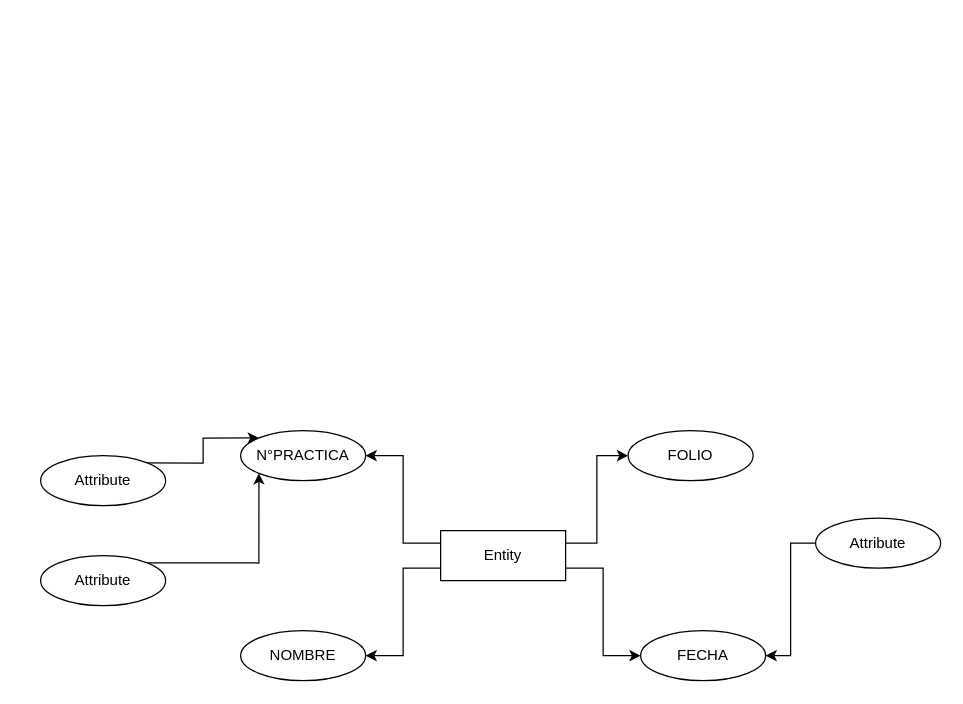
VictorOsm/BASEDEDATOS keeps this draw.io diagram as Diagrama sin título.drawio. Above is the earlier version. Source tidied: cells renumbered, new cells numbered last; positions are measured from the earlier drawing's top-left corner, leaving out a move shared by most shapes. Both pictures are drawn from the tidied source at 125%, with x=0, y=0 at pixel (40, 430).
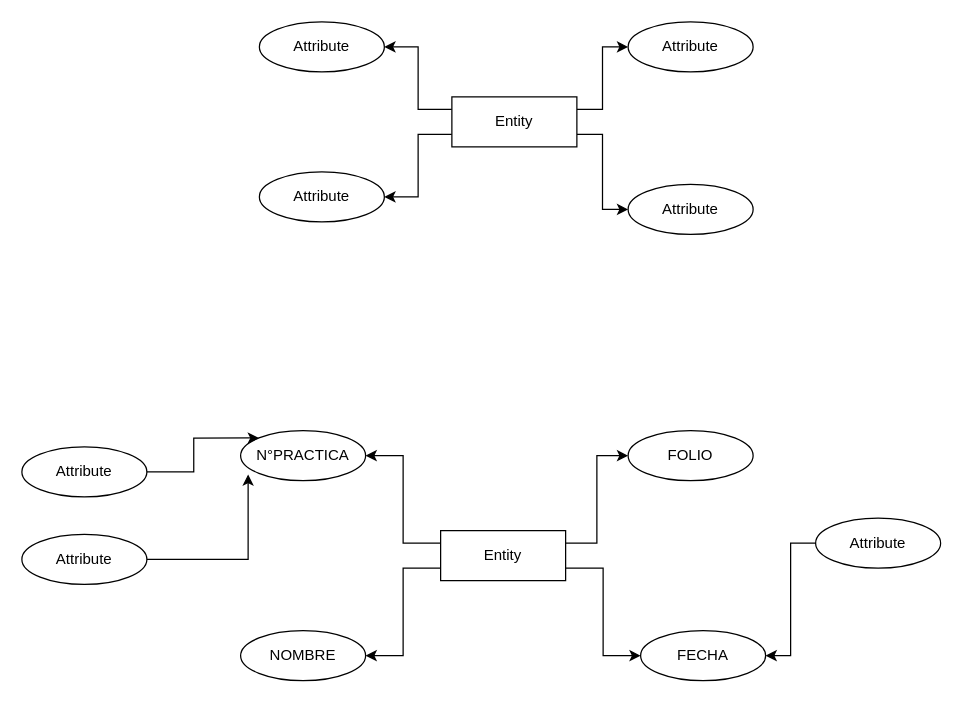
The same page after the edit.

Unchanged cells that the change refers to:
```xml
<mxCell id="3" value="N°PRACTICA" style="ellipse;whiteSpace=wrap;html=1;align=center;" parent="1" vertex="1">
  <mxGeometry x="160" width="100" height="40" as="geometry" />
</mxCell>
```

Change to the diagram source:
```diff
@@
-    <mxCell id="11" style="edgeStyle=orthogonalEdgeStyle;rounded=0;jettySize=auto;html=1;exitX=1;exitY=0;exitDx=0;exitDy=0;entryX=0;entryY=0;entryDx=0;entryDy=0;" parent="1" edge="1" source="12" target="3">
+    <mxCell id="11" style="edgeStyle=orthogonalEdgeStyle;rounded=0;jettySize=auto;html=1;exitX=1;exitY=0.5;exitDx=0;exitDy=0;entryX=0;entryY=0;entryDx=0;entryDy=0;" parent="1" edge="1" source="12" target="3">
       <mxGeometry relative="1" as="geometry" />
     </mxCell>
     <mxCell id="12" value="Attribute" style="ellipse;whiteSpace=wrap;html=1;align=center;" parent="1" vertex="1">
-      <mxGeometry y="20" width="100" height="40" as="geometry" />
+      <mxGeometry x="-15" y="13" width="100" height="40" as="geometry" />
     </mxCell>
-    <mxCell id="13" style="edgeStyle=orthogonalEdgeStyle;rounded=0;jettySize=auto;html=1;exitX=1;exitY=0;exitDx=0;exitDy=0;entryX=0;entryY=1;entryDx=0;entryDy=0;" parent="1" edge="1" source="14" target="3">
+    <mxCell id="13" style="edgeStyle=orthogonalEdgeStyle;rounded=0;jettySize=auto;html=1;exitX=1;exitY=0.5;exitDx=0;exitDy=0;entryX=0.06;entryY=0.875;entryDx=0;entryDy=0;entryPerimeter=0;" parent="1" edge="1" source="14" target="3">
       <mxGeometry relative="1" as="geometry" />
     </mxCell>
     <mxCell id="14" value="Attribute" style="ellipse;whiteSpace=wrap;html=1;align=center;" parent="1" vertex="1">
-      <mxGeometry y="100" width="100" height="40" as="geometry" />
+      <mxGeometry x="-15" y="83" width="100" height="40" as="geometry" />
     </mxCell>
@@
+    <mxCell id="17" style="edgeStyle=orthogonalEdgeStyle;rounded=0;jettySize=auto;html=1;exitX=0;exitY=0.25;exitDx=0;exitDy=0;entryX=1;entryY=0.5;entryDx=0;entryDy=0;" parent="1" edge="1" source="21" target="22">
+      <mxGeometry relative="1" as="geometry" />
+    </mxCell>
+    <mxCell id="18" style="edgeStyle=orthogonalEdgeStyle;rounded=0;jettySize=auto;html=1;exitX=0;exitY=0.75;exitDx=0;exitDy=0;entryX=1;entryY=0.5;entryDx=0;entryDy=0;" parent="1" edge="1" source="21" target="23">
+      <mxGeometry relative="1" as="geometry" />
+    </mxCell>
+    <mxCell id="19" style="edgeStyle=orthogonalEdgeStyle;rounded=0;jettySize=auto;html=1;exitX=1;exitY=0.75;exitDx=0;exitDy=0;entryX=0;entryY=0.5;entryDx=0;entryDy=0;" parent="1" edge="1" source="21" target="25">
+      <mxGeometry relative="1" as="geometry" />
+    </mxCell>
+    <mxCell id="20" style="edgeStyle=orthogonalEdgeStyle;rounded=0;jettySize=auto;html=1;exitX=1;exitY=0.25;exitDx=0;exitDy=0;entryX=0;entryY=0.5;entryDx=0;entryDy=0;" parent="1" edge="1" source="21" target="24">
+      <mxGeometry relative="1" as="geometry" />
+    </mxCell>
+    <mxCell id="21" value="Entity" style="whiteSpace=wrap;html=1;align=center;" parent="1" vertex="1">
+      <mxGeometry x="329" y="-267" width="100" height="40" as="geometry" />
+    </mxCell>
+    <mxCell id="22" value="Attribute" style="ellipse;whiteSpace=wrap;html=1;align=center;" parent="1" vertex="1">
+      <mxGeometry x="175" y="-327" width="100" height="40" as="geometry" />
+    </mxCell>
+    <mxCell id="23" value="Attribute" style="ellipse;whiteSpace=wrap;html=1;align=center;" parent="1" vertex="1">
+      <mxGeometry x="175" y="-207" width="100" height="40" as="geometry" />
+    </mxCell>
+    <mxCell id="24" value="Attribute" style="ellipse;whiteSpace=wrap;html=1;align=center;" parent="1" vertex="1">
+      <mxGeometry x="470" y="-327" width="100" height="40" as="geometry" />
+    </mxCell>
+    <mxCell id="25" value="Attribute" style="ellipse;whiteSpace=wrap;html=1;align=center;" parent="1" vertex="1">
+      <mxGeometry x="470" y="-197" width="100" height="40" as="geometry" />
+    </mxCell>
```
